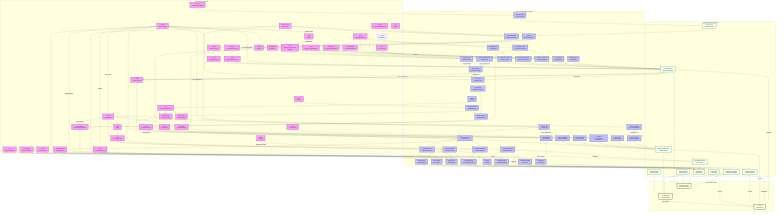
This is docs/figures/scoliosis_mechanism_map.png from sayuj1989-ops/life, a Mermaid export, as it was before one commit. Its source is kept beside it as docs/figures/scoliosis_mechanism_map.mmd.
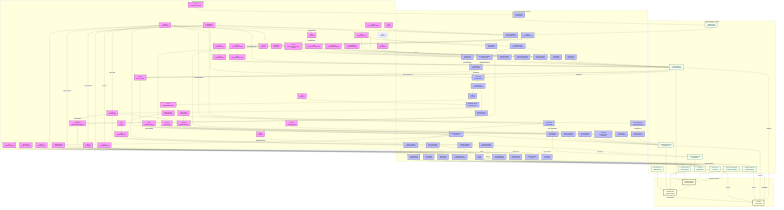
Later version of the same file.

Commit message:
weekly-map: add TRPV4 arc

Diff of the diagram source:
```diff
@@ -38,6 +38,7 @@
         KCNQ[KCNQ<br/>Potassium Channel]
         GPX4[GPX4<br/>Antioxidant Defense]
         CAV1[CAV1<br/>Caveolin-1]
+        TRPV4[TRPV4<br/>Ion Channel]
     end
 
     subgraph Processes [Cellular & Developmental Processes]
@@ -80,6 +81,7 @@
         VEGF_A[VEGF-A/PGE2<br/>Secretory Response]
         Ferroptosis[Ferroptosis<br/>Iron Overload]
         Membrane_Tension[Membrane Tension<br/>Buffering Reserve]
+        Ca2_Overload[Calcium Overload<br/>ROS Production]
     end
 
     subgraph Tissue [Tissue Mechanics & Properties]
@@ -279,7 +281,11 @@
     CAV1 --> Membrane_Tension
     Membrane_Tension --> YAP
 
-    class HOX,COL,PIEZO1,PIEZO2,CILIA,LBX1,ADGRG6,PTK7,YAP,PKD2L1,MMP,URP,UTS2R,GFAP,VIM,LAMIN,BMAL1,RUNX3,METTL3,ESR1,MELATONIN,MT2,HIF1A,POC5,DSTYK,TFEB,Beta_Catenin,DPY19L1L,IGF1R,GHR,SOST,FBN1,CCN,PPARGC1A,KCNQ,GPX4,CAV1 gene;
-    class Region,ECM_Assembly,Mech_Trans,Sym_Break,Neur_Diff,Muscle_Diff,Disc_Maint,PCP_Sig,Nucl_Shuttle,CSF_Sensing,Degradation,Astrogliosis,mtROS,Adipogenesis,Hydraulic_Congestion,Immune_Infilt,Circadian_Entrain,Proprio_Maint,H3K9me3,VCL_Stasis,Glymphatic_Stasis,Vestibular_Input,Gi_cAMP,Ciliary_Tuning,Hypoxia,Osteogenesis,Ciliary_Splint,Vacuole_Biogenesis,C_Mannosylation,Rapid_Growth,Energy_Deficit,mtBiogenesis,Fibrosis,TGFB,Osteocyte_Dendrite,Actin_Dynamics,VEGF_A,Ferroptosis,Membrane_Tension process;
+    CILIA -- "Loss/Shortening" --> TRPV4
+    TRPV4 -- "Overactivation" --> Ca2_Overload
+    Ca2_Overload -- "Material Softening" --> Stiffness
+
+    class HOX,COL,PIEZO1,PIEZO2,CILIA,LBX1,ADGRG6,PTK7,YAP,PKD2L1,MMP,URP,UTS2R,GFAP,VIM,LAMIN,BMAL1,RUNX3,METTL3,ESR1,MELATONIN,MT2,HIF1A,POC5,DSTYK,TFEB,Beta_Catenin,DPY19L1L,IGF1R,GHR,SOST,FBN1,CCN,PPARGC1A,KCNQ,GPX4,CAV1,TRPV4 gene;
+    class Region,ECM_Assembly,Mech_Trans,Sym_Break,Neur_Diff,Muscle_Diff,Disc_Maint,PCP_Sig,Nucl_Shuttle,CSF_Sensing,Degradation,Astrogliosis,mtROS,Adipogenesis,Hydraulic_Congestion,Immune_Infilt,Circadian_Entrain,Proprio_Maint,H3K9me3,VCL_Stasis,Glymphatic_Stasis,Vestibular_Input,Gi_cAMP,Ciliary_Tuning,Hypoxia,Osteogenesis,Ciliary_Splint,Vacuole_Biogenesis,C_Mannosylation,Rapid_Growth,Energy_Deficit,mtBiogenesis,Fibrosis,TGFB,Osteocyte_Dendrite,Actin_Dynamics,VEGF_A,Ferroptosis,Membrane_Tension,Ca2_Overload process;
     class Rest_Kappa,Stiffness,Torsional_Stiffness,Gain,Torsion,Muscle_Tone,Anisotropy,TMD,Reissner_Fiber,Growth_Plate_Dysplasia tissue;
     class S_Curve,Stability,Scoliosis outcome;
```
